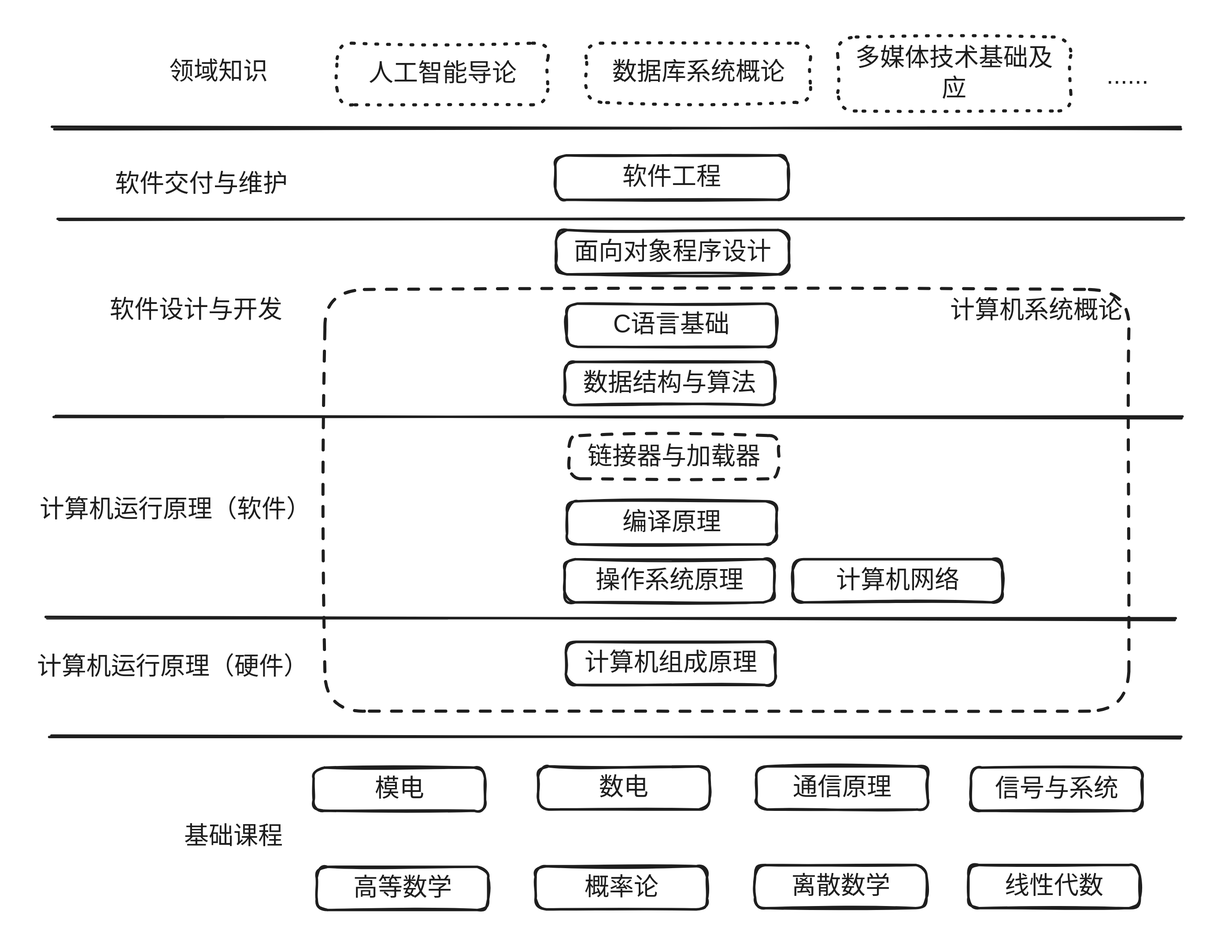
This is .gitbook/assets/file.excalidraw.svg from qdaxb/become-a-programmer, a Excalidraw export, as it was before one commit. Source tidied: one line per element, renumbered; positions are measured from the earlier drawing's top-left corner, leaving out a move shared by most shapes. The source it was exported from:
```json
{"id": 0, "type": "rectangle", "strokeColor": "#1e1e1e", "strokeWidth": 2, "strokeStyle": "dashed", "roughness": 1, "round": true, "x": 233, "y": 205, "width": 652, "height": 342}
{"id": 1, "type": "text", "text": "计算机系统概论", "strokeColor": "#1e1e1e", "strokeWidth": 2, "strokeStyle": "dashed", "roughness": 1, "fontSize": 20, "fontFamily": 1, "textAlign": "right", "inside": 0, "x": 740, "y": 210, "width": 140, "height": 25}
{"id": 2, "type": "rectangle", "strokeColor": "#1e1e1e", "strokeWidth": 2, "roughness": 1, "round": true, "x": 227, "y": 673, "width": 139, "height": 35}
{"id": 3, "type": "text", "text": "高等数学", "strokeColor": "#1e1e1e", "strokeWidth": 2, "roughness": 1, "fontSize": 20, "fontFamily": 1, "textAlign": "center", "verticalAlign": "middle", "inside": 2, "x": 256, "y": 678, "width": 80, "height": 25}
{"id": 4, "type": "rectangle", "strokeColor": "#1e1e1e", "strokeWidth": 2, "roughness": 1, "round": true, "x": 404, "y": 672, "width": 139, "height": 35}
{"id": 5, "type": "text", "text": "概率论", "strokeColor": "#1e1e1e", "strokeWidth": 2, "roughness": 1, "fontSize": 20, "fontFamily": 1, "textAlign": "center", "verticalAlign": "middle", "inside": 4, "x": 444, "y": 678, "width": 60, "height": 25}
{"id": 6, "type": "rectangle", "strokeColor": "#1e1e1e", "strokeWidth": 2, "roughness": 1, "round": true, "x": 582, "y": 672, "width": 139, "height": 35}
{"id": 7, "type": "text", "text": "离散数学", "strokeColor": "#1e1e1e", "strokeWidth": 2, "roughness": 1, "fontSize": 20, "fontFamily": 1, "textAlign": "center", "verticalAlign": "middle", "inside": 6, "x": 612, "y": 676, "width": 80, "height": 25}
{"id": 8, "type": "rectangle", "strokeColor": "#1e1e1e", "strokeWidth": 2, "roughness": 1, "round": true, "x": 755, "y": 672, "width": 139, "height": 35}
{"id": 9, "type": "text", "text": "线性代数", "strokeColor": "#1e1e1e", "strokeWidth": 2, "roughness": 1, "fontSize": 20, "fontFamily": 1, "textAlign": "center", "verticalAlign": "middle", "inside": 8, "x": 785, "y": 676, "width": 80, "height": 25}
{"id": 10, "type": "rectangle", "strokeColor": "#1e1e1e", "strokeWidth": 2, "roughness": 1, "round": true, "x": 224, "y": 592, "width": 139, "height": 35}
{"id": 11, "type": "text", "text": "模电", "strokeColor": "#1e1e1e", "strokeWidth": 2, "roughness": 1, "fontSize": 20, "fontFamily": 1, "textAlign": "center", "verticalAlign": "middle", "inside": 10, "x": 274, "y": 598, "width": 40, "height": 25}
{"id": 12, "type": "rectangle", "strokeColor": "#1e1e1e", "strokeWidth": 2, "roughness": 1, "round": true, "x": 406, "y": 592, "width": 139, "height": 35}
{"id": 13, "type": "text", "text": "数电", "strokeColor": "#1e1e1e", "strokeWidth": 2, "roughness": 1, "fontSize": 20, "fontFamily": 1, "textAlign": "center", "verticalAlign": "middle", "inside": 12, "x": 456, "y": 596, "width": 40, "height": 25}
{"id": 14, "type": "rectangle", "strokeColor": "#1e1e1e", "strokeWidth": 2, "roughness": 1, "round": true, "x": 757, "y": 592, "width": 139, "height": 35}
{"id": 15, "type": "text", "text": "信号与系统", "strokeColor": "#1e1e1e", "strokeWidth": 2, "roughness": 1, "fontSize": 20, "fontFamily": 1, "textAlign": "center", "verticalAlign": "middle", "inside": 14, "x": 777, "y": 598, "width": 100, "height": 25}
{"id": 16, "type": "rectangle", "strokeColor": "#1e1e1e", "strokeWidth": 2, "roughness": 1, "round": true, "x": 583, "y": 592, "width": 139, "height": 35}
{"id": 17, "type": "text", "text": "通信原理", "strokeColor": "#1e1e1e", "strokeWidth": 2, "roughness": 1, "fontSize": 20, "fontFamily": 1, "textAlign": "center", "verticalAlign": "middle", "inside": 16, "x": 613, "y": 596, "width": 80, "height": 25}
{"id": 18, "type": "rectangle", "strokeColor": "#1e1e1e", "strokeWidth": 2, "roughness": 1, "round": true, "x": 429, "y": 490, "width": 170, "height": 35}
{"id": 19, "type": "text", "text": "计算机组成原理", "strokeColor": "#1e1e1e", "strokeWidth": 2, "roughness": 1, "fontSize": 20, "fontFamily": 1, "textAlign": "center", "verticalAlign": "middle", "inside": 18, "x": 444, "y": 496, "width": 140, "height": 25}
{"id": 20, "type": "rectangle", "strokeColor": "#1e1e1e", "strokeWidth": 2, "roughness": 1, "round": true, "x": 428, "y": 424, "width": 170, "height": 35}
{"id": 21, "type": "text", "text": "操作系统原理", "strokeColor": "#1e1e1e", "strokeWidth": 2, "roughness": 1, "fontSize": 20, "fontFamily": 1, "textAlign": "center", "verticalAlign": "middle", "inside": 20, "x": 453, "y": 428, "width": 120, "height": 25}
{"id": 22, "type": "rectangle", "strokeColor": "#1e1e1e", "strokeWidth": 2, "roughness": 1, "round": true, "x": 613, "y": 424, "width": 170, "height": 35}
{"id": 23, "type": "text", "text": "计算机网络", "strokeColor": "#1e1e1e", "strokeWidth": 2, "roughness": 1, "fontSize": 20, "fontFamily": 1, "textAlign": "center", "verticalAlign": "middle", "inside": 22, "x": 648, "y": 428, "width": 100, "height": 25}
{"id": 24, "type": "rectangle", "strokeColor": "#1e1e1e", "strokeWidth": 2, "roughness": 1, "round": true, "x": 430, "y": 376, "width": 170, "height": 35}
{"id": 25, "type": "text", "text": "编译原理", "strokeColor": "#1e1e1e", "strokeWidth": 2, "roughness": 1, "fontSize": 20, "fontFamily": 1, "textAlign": "center", "verticalAlign": "middle", "inside": 24, "x": 475, "y": 382, "width": 80, "height": 25}
{"id": 26, "type": "rectangle", "strokeColor": "#1e1e1e", "strokeWidth": 2, "roughness": 1, "round": true, "x": 428, "y": 264, "width": 170, "height": 35}
{"id": 27, "type": "text", "text": "数据结构与算法", "strokeColor": "#1e1e1e", "strokeWidth": 2, "roughness": 1, "fontSize": 20, "fontFamily": 1, "textAlign": "center", "verticalAlign": "middle", "inside": 26, "x": 443, "y": 268, "width": 140, "height": 25}
{"id": 28, "type": "rectangle", "strokeColor": "#1e1e1e", "strokeWidth": 2, "roughness": 1, "round": true, "x": 421, "y": 156, "width": 189, "height": 36}
{"id": 29, "type": "text", "text": "面向对象程序设计", "strokeColor": "#1e1e1e", "strokeWidth": 2, "roughness": 1, "fontSize": 20, "fontFamily": 1, "textAlign": "center", "verticalAlign": "middle", "inside": 28, "x": 435, "y": 162, "width": 160, "height": 25}
{"id": 30, "type": "rectangle", "strokeColor": "#1e1e1e", "strokeWidth": 2, "roughness": 1, "round": true, "x": 420, "y": 96, "width": 189, "height": 36}
{"id": 31, "type": "text", "text": "软件工程", "strokeColor": "#1e1e1e", "strokeWidth": 2, "roughness": 1, "fontSize": 20, "fontFamily": 1, "textAlign": "center", "verticalAlign": "middle", "inside": 30, "x": 475, "y": 102, "width": 80, "height": 25}
{"id": 32, "type": "rectangle", "strokeColor": "#1e1e1e", "strokeWidth": 2, "strokeStyle": "dotted", "roughness": 1, "round": true, "x": 445, "y": 5, "width": 182, "height": 48}
{"id": 33, "type": "text", "text": "数据库系统概论", "strokeColor": "#1e1e1e", "strokeWidth": 2, "roughness": 1, "fontSize": 20, "fontFamily": 1, "textAlign": "center", "verticalAlign": "middle", "inside": 32, "x": 466, "y": 16, "width": 140, "height": 25}
{"id": 34, "type": "rectangle", "strokeColor": "#1e1e1e", "strokeWidth": 2, "strokeStyle": "dotted", "roughness": 1, "round": true, "x": 649, "y": 0, "width": 189, "height": 60}
{"id": 35, "type": "text", "text": "多媒体技术基础及\n应", "strokeColor": "#1e1e1e", "strokeWidth": 2, "roughness": 1, "fontSize": 20, "fontFamily": 1, "textAlign": "center", "verticalAlign": "middle", "inside": 34, "x": 664, "y": 5, "width": 160, "height": 50}
{"id": 36, "type": "rectangle", "strokeColor": "#1e1e1e", "strokeWidth": 2, "strokeStyle": "dotted", "roughness": 1, "round": true, "x": 243, "y": 5, "width": 171, "height": 50}
{"id": 37, "type": "text", "text": "人工智能导论", "strokeColor": "#1e1e1e", "strokeWidth": 2, "roughness": 1, "fontSize": 20, "fontFamily": 1, "textAlign": "center", "verticalAlign": "middle", "inside": 36, "x": 269, "y": 18, "width": 120, "height": 25}
{"id": 38, "type": "text", "text": "计算机运行原理（硬件）", "strokeColor": "#1e1e1e", "strokeWidth": 2, "roughness": 1, "fontSize": 20, "fontFamily": 1, "x": 0, "y": 499, "width": 220, "height": 25}
{"id": 39, "type": "text", "text": "计算机运行原理（软件）", "strokeColor": "#1e1e1e", "strokeWidth": 2, "roughness": 1, "fontSize": 20, "fontFamily": 1, "x": 2, "y": 371, "width": 220, "height": 25}
{"id": 40, "type": "text", "text": "软件设计与开发", "strokeColor": "#1e1e1e", "strokeWidth": 2, "roughness": 1, "fontSize": 20, "fontFamily": 1, "x": 59, "y": 209, "width": 140, "height": 25}
{"id": 41, "type": "text", "text": "软件交付与维护", "strokeColor": "#1e1e1e", "strokeWidth": 2, "roughness": 1, "fontSize": 20, "fontFamily": 1, "x": 63, "y": 107, "width": 140, "height": 25}
{"id": 42, "type": "text", "text": "领域知识", "strokeColor": "#1e1e1e", "strokeWidth": 2, "roughness": 1, "fontSize": 20, "fontFamily": 1, "x": 107, "y": 16, "width": 80, "height": 25}
{"id": 43, "type": "text", "text": "基础课程", "strokeColor": "#1e1e1e", "strokeWidth": 2, "roughness": 1, "fontSize": 20, "fontFamily": 1, "x": 119, "y": 636, "width": 80, "height": 25}
{"id": 44, "type": "rectangle", "strokeColor": "#1e1e1e", "strokeWidth": 2, "strokeStyle": "dashed", "roughness": 1, "round": true, "x": 431, "y": 323, "width": 170, "height": 35}
{"id": 45, "type": "text", "text": "链接器与加载器", "strokeColor": "#1e1e1e", "strokeWidth": 2, "roughness": 1, "fontSize": 20, "fontFamily": 1, "textAlign": "center", "verticalAlign": "middle", "inside": 44, "x": 446, "y": 328, "width": 140, "height": 25}
{"id": 46, "type": "line", "strokeColor": "#1e1e1e", "strokeWidth": 2, "roughness": 1, "round": true, "x": 17, "y": 148, "width": 913, "height": 0, "points": [[0, 0], [913, 0]]}
{"id": 47, "type": "line", "strokeColor": "#1e1e1e", "strokeWidth": 2, "roughness": 1, "round": true, "x": 14, "y": 308, "width": 914, "height": 0, "points": [[0, 0], [914, 0]]}
{"id": 48, "type": "rectangle", "strokeColor": "#1e1e1e", "strokeWidth": 2, "roughness": 1, "round": true, "x": 429, "y": 216, "width": 170, "height": 35}
{"id": 49, "type": "text", "text": "C语言基础", "strokeColor": "#1e1e1e", "strokeWidth": 2, "roughness": 1, "fontSize": 20, "fontFamily": 1, "textAlign": "center", "verticalAlign": "middle", "inside": 48, "x": 468, "y": 221, "width": 93, "height": 25}
{"id": 50, "type": "line", "strokeColor": "#1e1e1e", "strokeWidth": 2, "roughness": 1, "round": true, "x": 7, "y": 471, "width": 916, "height": 0, "points": [[0, 0], [916, 0]]}
{"id": 51, "type": "line", "strokeColor": "#1e1e1e", "strokeWidth": 2, "roughness": 1, "round": true, "x": 12, "y": 74, "width": 914, "height": 0, "points": [[0, 0], [914, 0]]}
{"id": 52, "type": "line", "strokeColor": "#1e1e1e", "strokeWidth": 2, "roughness": 1, "round": true, "x": 10, "y": 568, "width": 917, "height": 0, "points": [[0, 0], [917, 0]]}
{"id": 53, "type": "text", "text": "......", "strokeColor": "#1e1e1e", "strokeWidth": 2, "roughness": 1, "fontSize": 20, "fontFamily": 1, "textAlign": "right", "x": 868, "y": 20, "width": 33, "height": 25}
```
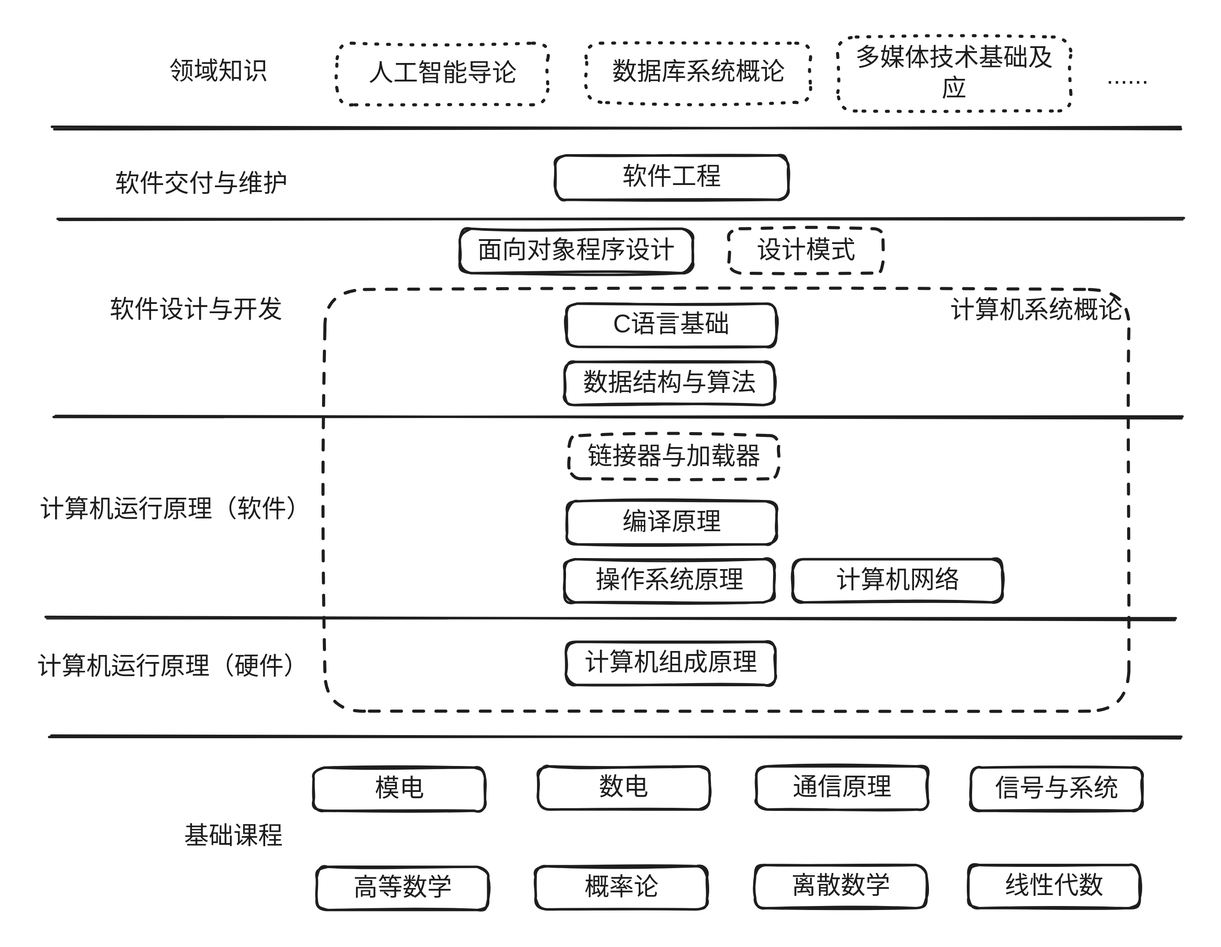
After the change.

Diff of the diagram source:
```diff
@@ -26,8 +26,8 @@
 {"id": 25, "type": "text", "text": "编译原理", "strokeColor": "#1e1e1e", "strokeWidth": 2, "roughness": 1, "fontSize": 20, "fontFamily": 1, "textAlign": "center", "verticalAlign": "middle", "inside": 24, "x": 475, "y": 382, "width": 80, "height": 25}
 {"id": 26, "type": "rectangle", "strokeColor": "#1e1e1e", "strokeWidth": 2, "roughness": 1, "round": true, "x": 428, "y": 264, "width": 170, "height": 35}
 {"id": 27, "type": "text", "text": "数据结构与算法", "strokeColor": "#1e1e1e", "strokeWidth": 2, "roughness": 1, "fontSize": 20, "fontFamily": 1, "textAlign": "center", "verticalAlign": "middle", "inside": 26, "x": 443, "y": 268, "width": 140, "height": 25}
-{"id": 28, "type": "rectangle", "strokeColor": "#1e1e1e", "strokeWidth": 2, "roughness": 1, "round": true, "x": 421, "y": 156, "width": 189, "height": 36}
+{"id": 28, "type": "rectangle", "strokeColor": "#1e1e1e", "strokeWidth": 2, "roughness": 1, "round": true, "x": 343, "y": 156, "width": 189, "height": 36}
-{"id": 29, "type": "text", "text": "面向对象程序设计", "strokeColor": "#1e1e1e", "strokeWidth": 2, "roughness": 1, "fontSize": 20, "fontFamily": 1, "textAlign": "center", "verticalAlign": "middle", "inside": 28, "x": 435, "y": 162, "width": 160, "height": 25}
+{"id": 29, "type": "text", "text": "面向对象程序设计", "strokeColor": "#1e1e1e", "strokeWidth": 2, "roughness": 1, "fontSize": 20, "fontFamily": 1, "textAlign": "center", "verticalAlign": "middle", "inside": 28, "x": 357, "y": 161, "width": 160, "height": 25}
 {"id": 30, "type": "rectangle", "strokeColor": "#1e1e1e", "strokeWidth": 2, "roughness": 1, "round": true, "x": 420, "y": 96, "width": 189, "height": 36}
 {"id": 31, "type": "text", "text": "软件工程", "strokeColor": "#1e1e1e", "strokeWidth": 2, "roughness": 1, "fontSize": 20, "fontFamily": 1, "textAlign": "center", "verticalAlign": "middle", "inside": 30, "x": 475, "y": 102, "width": 80, "height": 25}
 {"id": 32, "type": "rectangle", "strokeColor": "#1e1e1e", "strokeWidth": 2, "strokeStyle": "dotted", "roughness": 1, "round": true, "x": 445, "y": 5, "width": 182, "height": 48}
@@ -52,3 +52,5 @@
 {"id": 51, "type": "line", "strokeColor": "#1e1e1e", "strokeWidth": 2, "roughness": 1, "round": true, "x": 12, "y": 74, "width": 914, "height": 0, "points": [[0, 0], [914, 0]]}
 {"id": 52, "type": "line", "strokeColor": "#1e1e1e", "strokeWidth": 2, "roughness": 1, "round": true, "x": 10, "y": 568, "width": 917, "height": 0, "points": [[0, 0], [917, 0]]}
 {"id": 53, "type": "text", "text": "......", "strokeColor": "#1e1e1e", "strokeWidth": 2, "roughness": 1, "fontSize": 20, "fontFamily": 1, "textAlign": "right", "x": 868, "y": 20, "width": 33, "height": 25}
+{"id": 54, "type": "rectangle", "strokeColor": "#1e1e1e", "strokeWidth": 2, "strokeStyle": "dashed", "roughness": 1, "round": true, "x": 561, "y": 156, "width": 125, "height": 36}
+{"id": 55, "type": "text", "text": "设计模式", "strokeColor": "#1e1e1e", "strokeWidth": 2, "roughness": 1, "fontSize": 20, "fontFamily": 1, "textAlign": "center", "verticalAlign": "middle", "inside": 54, "x": 583, "y": 161, "width": 80, "height": 25}
```
